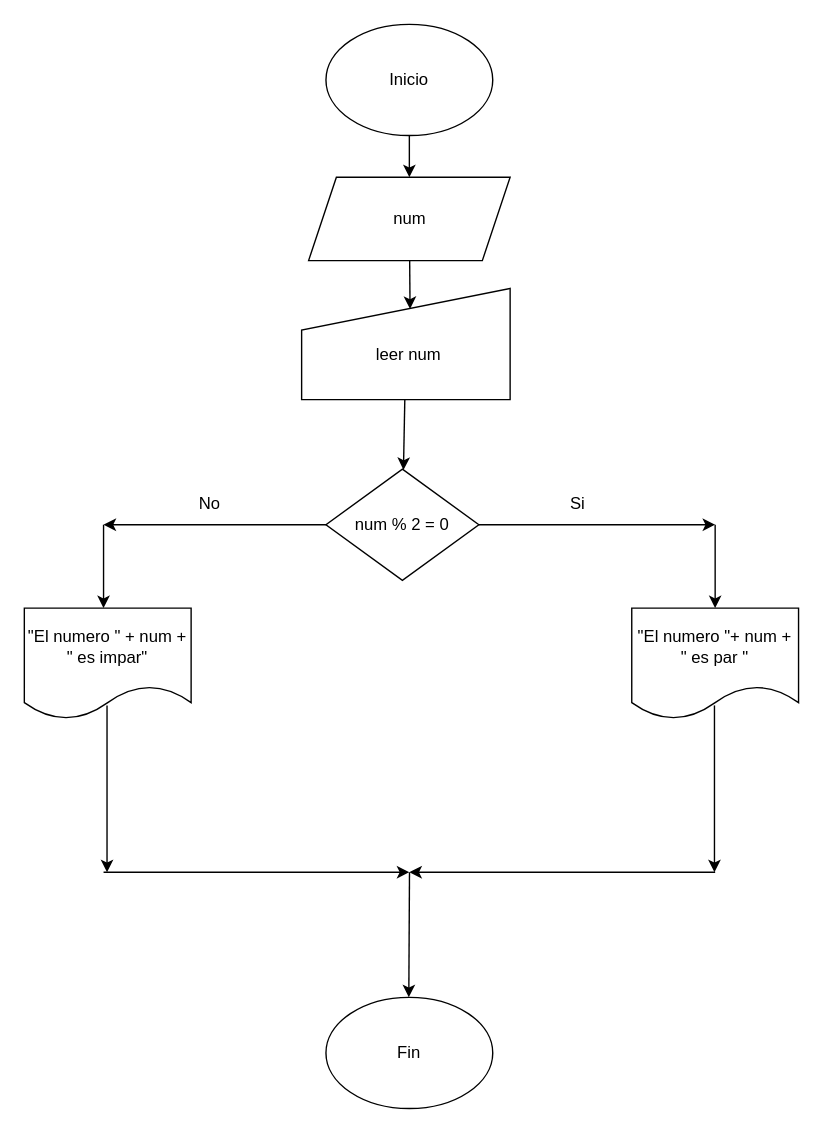
AnthonyLozadaAlexander/DiagramaDeFlujos keeps this draw.io diagram as EjercicioParImpar.drawio. Above is the earlier version. Source tidied: cells renumbered, new cells numbered last; positions are measured from the earlier drawing's top-left corner, leaving out a move shared by most shapes. Both pictures are drawn from the tidied source at 139%, with x=0, y=0 at pixel (24, 24).
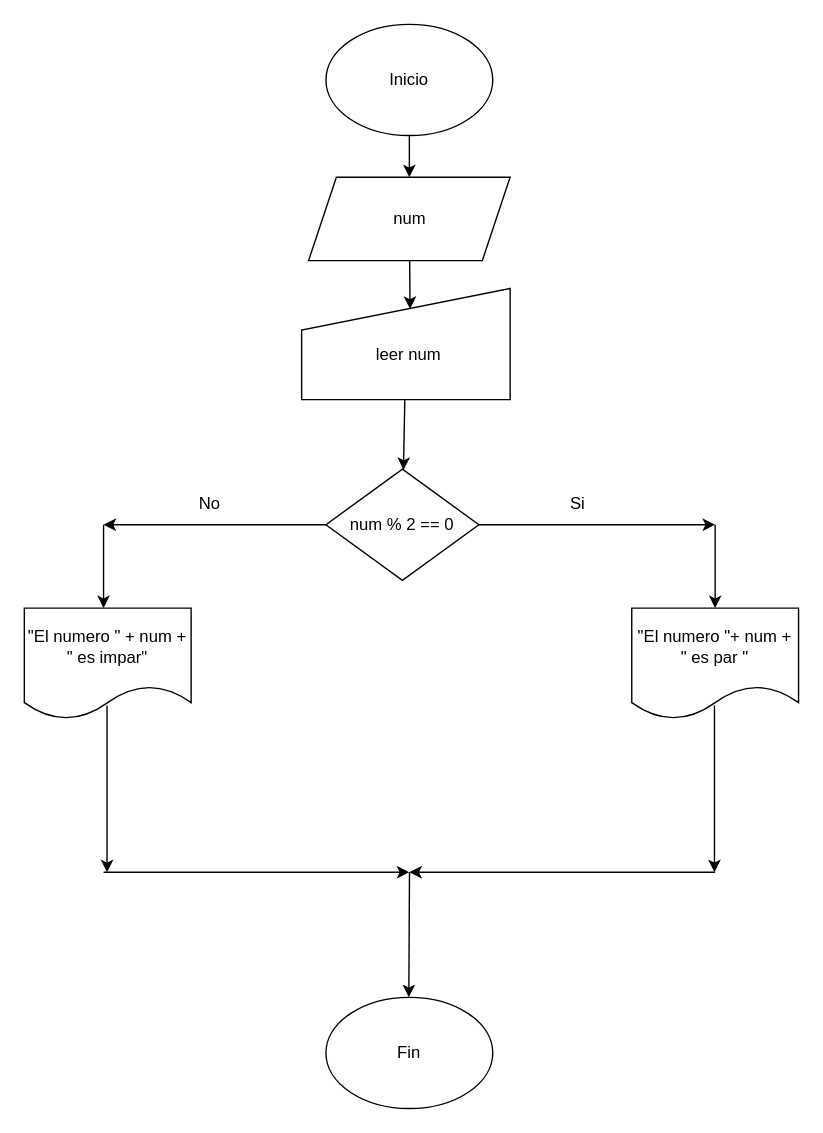
The same page after the edit.

Commit message (it also covers changes not shown here):
Actualizar diagrama de flujo en EjercicioParImpar.drawio para corregir condición y agregar nuevo diagrama de flujo para conversión de grados Celsius a Fahrenheit

What changed in the source:
```diff
@@
-    <mxCell id="10" value="num % 2 = 0" style="rhombus;whiteSpace=wrap;html=1;fillColor=light-dark(#FFFFFF,#FFFFFF);fontColor=light-dark(#000000,#000000);" parent="1" vertex="1">
+    <mxCell id="10" value="num % 2 == 0" style="rhombus;whiteSpace=wrap;html=1;fillColor=light-dark(#FFFFFF,#FFFFFF);fontColor=light-dark(#000000,#000000);" parent="1" vertex="1">
       <mxGeometry x="217" y="320" width="110" height="80" as="geometry" />
     </mxCell>
```
